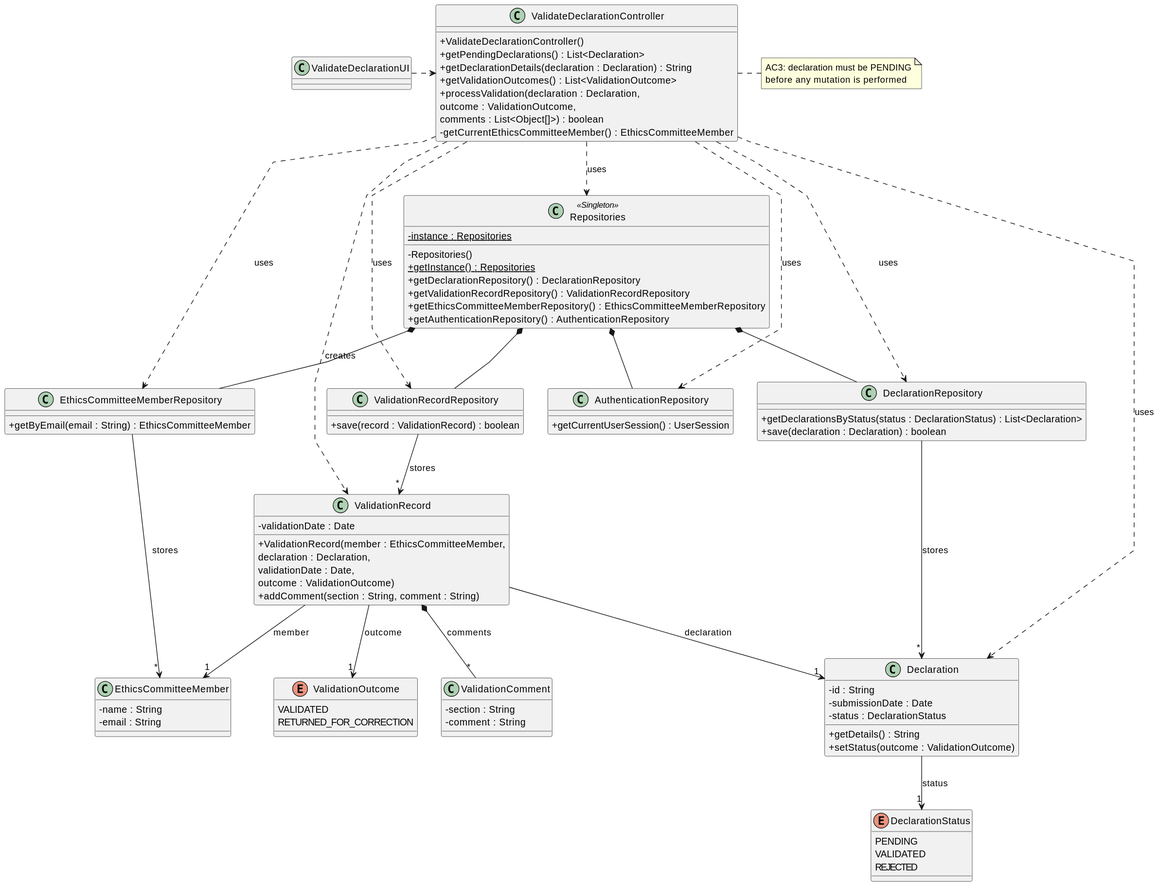
The PlantUML diagram docs/system-documentation/US08/03.design/svg/US08-CD.svg in brunodspinto/crystal-clear-platform, before a commit. The source it was exported from:
```plantuml
@startuml
skinparam packageStyle rectangle
skinparam shadowing false
skinparam linetype polyline
skinparam classAttributeIconSize 0

class ValidateDeclarationUI {
}

class ValidateDeclarationController {
    + ValidateDeclarationController()
    + getPendingDeclarations() : List<Declaration>
    + getDeclarationDetails(declaration : Declaration) : String
    + getValidationOutcomes() : List<ValidationOutcome>
    + processValidation(declaration : Declaration,\noutcome : ValidationOutcome,\ncomments : List<Object[]>) : boolean
    - getCurrentEthicsCommitteeMember() : EthicsCommitteeMember
}

class Repositories <<Singleton>> {
    - {static} instance : Repositories
    - Repositories()
    + {static} getInstance() : Repositories
    + getDeclarationRepository() : DeclarationRepository
    + getValidationRecordRepository() : ValidationRecordRepository
    + getEthicsCommitteeMemberRepository() : EthicsCommitteeMemberRepository
    + getAuthenticationRepository() : AuthenticationRepository
}

class DeclarationRepository {
    + getDeclarationsByStatus(status : DeclarationStatus) : List<Declaration>
    + save(declaration : Declaration) : boolean
}

class ValidationRecordRepository {
    + save(record : ValidationRecord) : boolean
}

class EthicsCommitteeMemberRepository {
    + getByEmail(email : String) : EthicsCommitteeMember
}

class AuthenticationRepository {
    + getCurrentUserSession() : UserSession
}

class Declaration {
    - id : String
    - submissionDate : Date
    - status : DeclarationStatus
    + getDetails() : String
    + setStatus(outcome : ValidationOutcome)
}

class EthicsCommitteeMember {
    - name : String
    - email : String
}

class ValidationRecord {
    - validationDate : Date
    + ValidationRecord(member : EthicsCommitteeMember,\ndeclaration : Declaration,\nvalidationDate : Date,\noutcome : ValidationOutcome)
    + addComment(section : String, comment : String)
}

class ValidationComment {
    - section : String
    - comment : String
}

enum DeclarationStatus {
    PENDING
    VALIDATED
    REJECTED
}

enum ValidationOutcome {
    VALIDATED
    RETURNED_FOR_CORRECTION
}

note right of ValidateDeclarationController
    AC3: declaration must be PENDING
    before any mutation is performed
end note

ValidateDeclarationUI .> ValidateDeclarationController

ValidateDeclarationController ..> Repositories : uses
ValidateDeclarationController ..> DeclarationRepository : uses
ValidateDeclarationController ..> ValidationRecordRepository : uses
ValidateDeclarationController ..> EthicsCommitteeMemberRepository : uses
ValidateDeclarationController ..> AuthenticationRepository : uses
ValidateDeclarationController ..> Declaration : uses
ValidateDeclarationController ..> ValidationRecord : creates

Repositories *-- DeclarationRepository
Repositories *-- ValidationRecordRepository
Repositories *-- EthicsCommitteeMemberRepository
Repositories *-- AuthenticationRepository

DeclarationRepository --> "*" Declaration : stores
ValidationRecordRepository --> "*" ValidationRecord : stores
EthicsCommitteeMemberRepository --> "*" EthicsCommitteeMember : stores

Declaration --> "1" DeclarationStatus : status

ValidationRecord --> "1" EthicsCommitteeMember : member
ValidationRecord --> "1" Declaration : declaration
ValidationRecord --> "1" ValidationOutcome : outcome
ValidationRecord *-- "*" ValidationComment : comments
@enduml
```
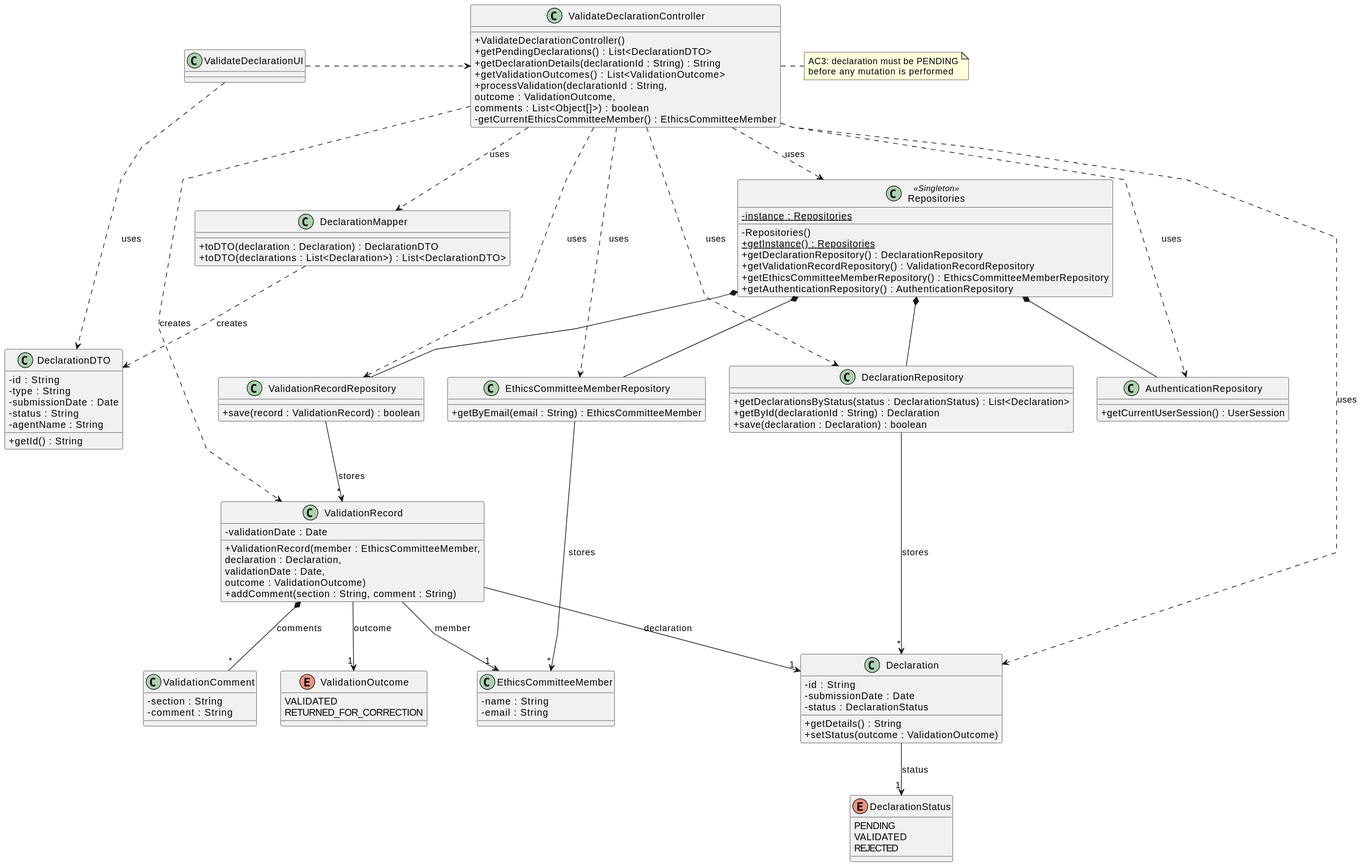
Above is the later version.

Commit message:
Updated the diagrams of US08 to include the DTOs

The edit, as a diff of the source:
```diff
@@ -9,11 +9,25 @@
 
 class ValidateDeclarationController {
     + ValidateDeclarationController()
-    + getPendingDeclarations() : List<Declaration>
-    + getDeclarationDetails(declaration : Declaration) : String
+    + getPendingDeclarations() : List<DeclarationDTO>
+    + getDeclarationDetails(declarationId : String) : String
     + getValidationOutcomes() : List<ValidationOutcome>
-    + processValidation(declaration : Declaration,\noutcome : ValidationOutcome,\ncomments : List<Object[]>) : boolean
+    + processValidation(declarationId : String,\noutcome : ValidationOutcome,\ncomments : List<Object[]>) : boolean
     - getCurrentEthicsCommitteeMember() : EthicsCommitteeMember
+}
+
+class DeclarationDTO {
+    - id : String
+    - type : String
+    - submissionDate : Date
+    - status : String
+    - agentName : String
+    + getId() : String
+}
+
+class DeclarationMapper {
+    + toDTO(declaration : Declaration) : DeclarationDTO
+    + toDTO(declarations : List<Declaration>) : List<DeclarationDTO>
 }
 
 class Repositories <<Singleton>> {
@@ -28,6 +42,7 @@
 
 class DeclarationRepository {
     + getDeclarationsByStatus(status : DeclarationStatus) : List<Declaration>
+    + getById(declarationId : String) : Declaration
     + save(declaration : Declaration) : boolean
 }
 
@@ -84,6 +99,10 @@
 end note
 
 ValidateDeclarationUI .> ValidateDeclarationController
+ValidateDeclarationUI ..> DeclarationDTO : uses
+
+ValidateDeclarationController ..> DeclarationMapper : uses
+DeclarationMapper ..> DeclarationDTO : creates
 
 ValidateDeclarationController ..> Repositories : uses
 ValidateDeclarationController ..> DeclarationRepository : uses
```
